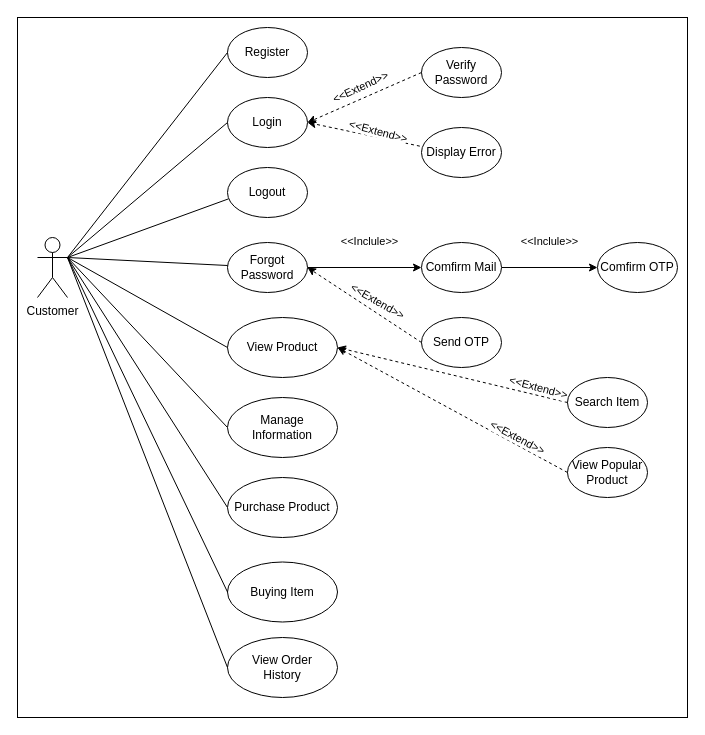
This is PRM/01.SA/01.Overview/UK Diagram.drawio from nghipq/Group5, a draw.io file, before an edit. Source tidied: cells renumbered, new cells numbered last; positions are measured from the earlier drawing's top-left corner, leaving out a move shared by most shapes. Both pictures are drawn from the tidied source at 100%, with x=0, y=0 at pixel (17, 17).
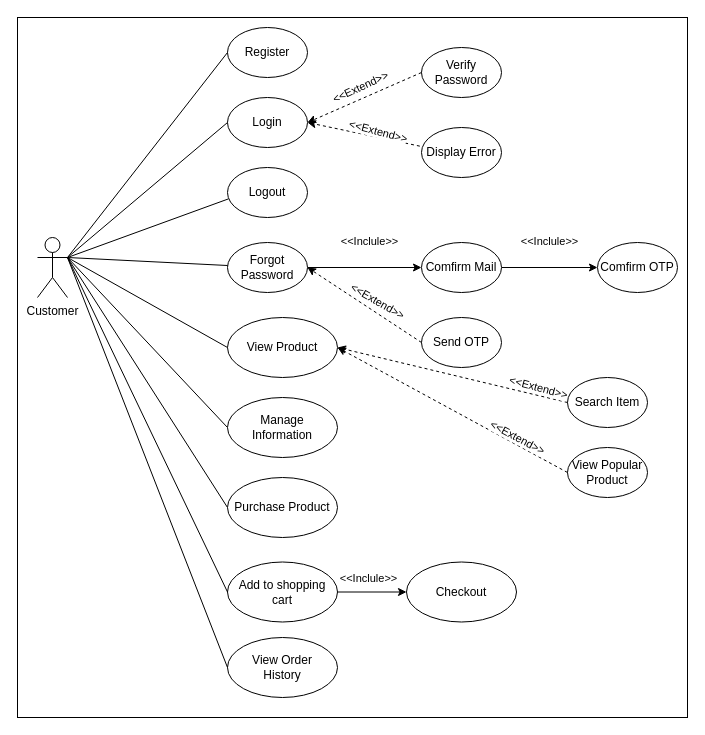
After the change.

Change to the diagram source:
```diff
@@
+    <mxCell id="44" style="edgeStyle=orthogonalEdgeStyle;rounded=0;jettySize=auto;html=1;entryX=0;entryY=0.5;entryDx=0;entryDy=0;" parent="1" edge="1" source="24" target="45">
+      <mxGeometry relative="1" as="geometry" />
+    </mxCell>
-    <mxCell id="24" value="Buying Item" style="ellipse;whiteSpace=wrap;html=1;" parent="1" vertex="1">
+    <mxCell id="24" value="Add to shopping cart" style="ellipse;whiteSpace=wrap;html=1;" parent="1" vertex="1">
       <mxGeometry x="210" y="544.5" width="110" height="60" as="geometry" />
     </mxCell>
@@
+    <mxCell id="45" value="Checkout" style="ellipse;whiteSpace=wrap;html=1;" parent="1" vertex="1">
+      <mxGeometry x="389" y="544.5" width="110" height="60" as="geometry" />
+    </mxCell>
+    <mxCell id="46" value="&amp;lt;&amp;lt;Inclule&amp;gt;&amp;gt;" style="edgeLabel;html=1;align=center;verticalAlign=middle;" parent="1" vertex="1">
+      <mxGeometry x="350" y="560" as="geometry" />
+    </mxCell>
```
